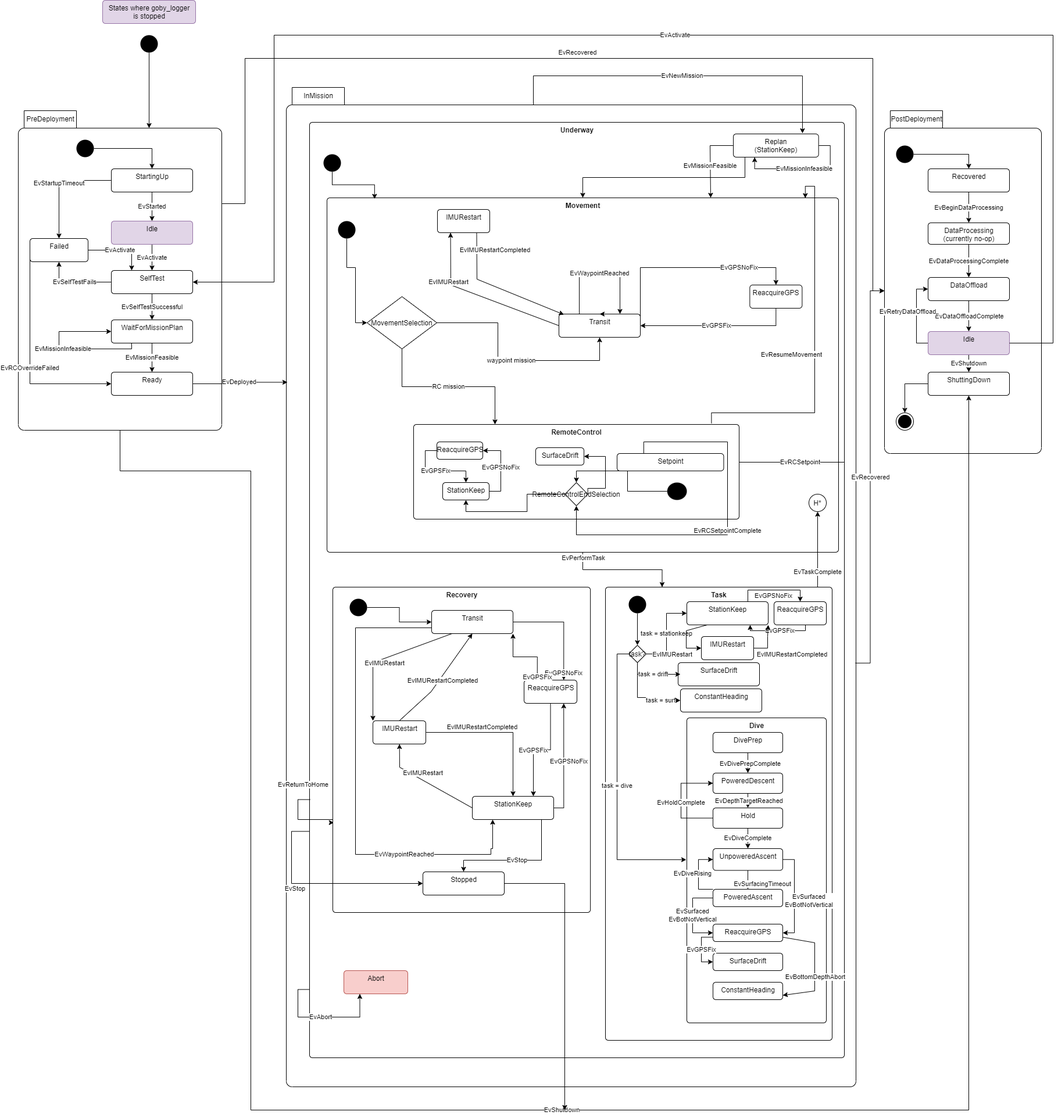
Above: src/doc/figures/mission-states.png in jaiarobotics/jaiabot (draw.io), before the change. Source tidied: cells renumbered, new cells last; positions are measured from the earlier drawing's top-left corner, leaving out a move shared by most shapes.
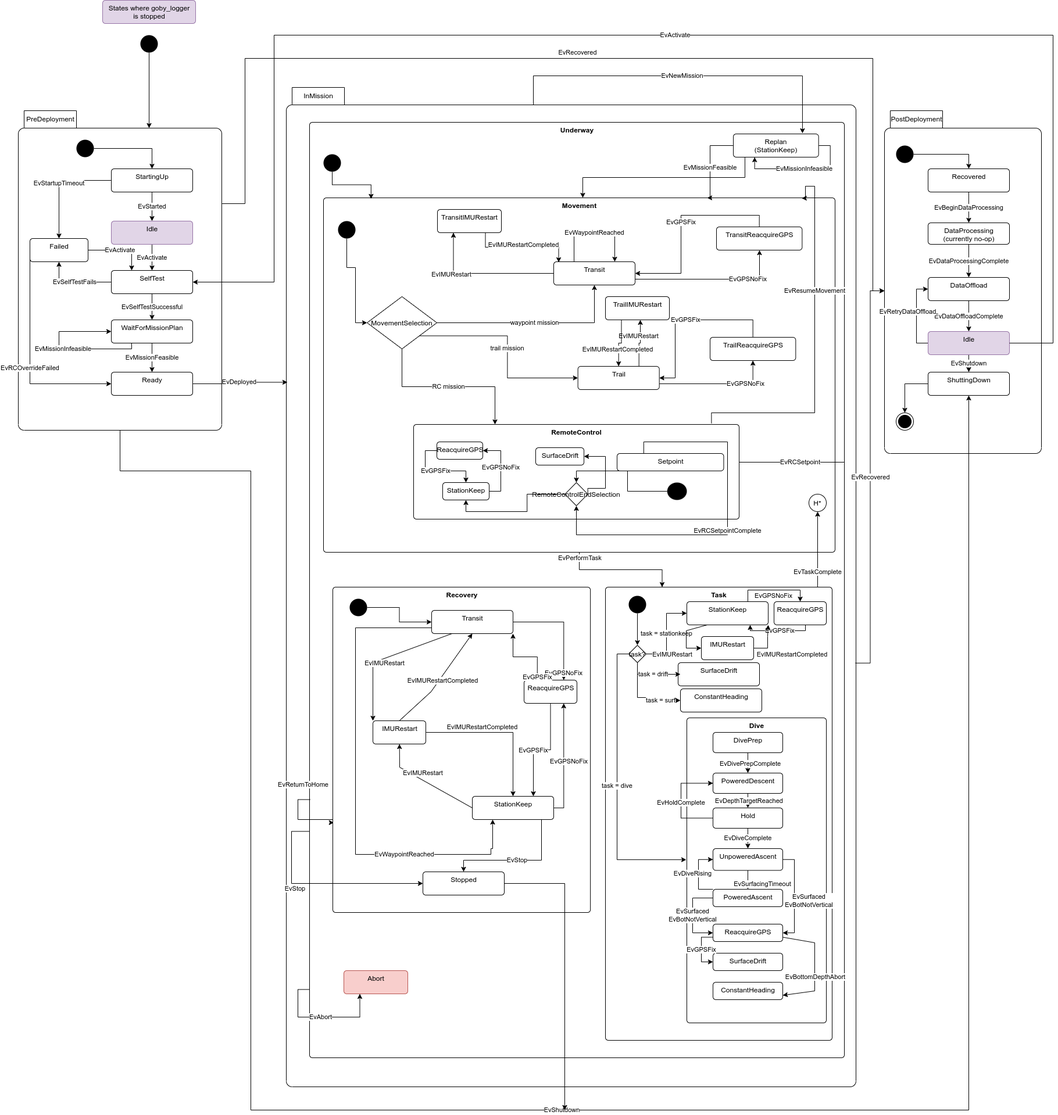
The same file after the commit.

Commit message:
Create TrailIMURestart/TrailReacquireGPS and renamed Movement::IMURestart and Movement::ReacquireGPS to Movement::TransitIMURestart and Movement::TransitReacquireGPS

The edit, as a diff of the source:
```diff
@@ -147,13 +147,13 @@
       </mxGeometry>
     </mxCell>
     <mxCell id="42" value="&lt;b&gt;Movement&lt;/b&gt;" style="html=1;align=center;verticalAlign=top;rounded=1;absoluteArcSize=1;arcSize=10;dashed=0;" parent="38" vertex="1">
-      <mxGeometry x="-160" y="90" width="880" height="610" as="geometry" />
+      <mxGeometry x="-166" y="90" width="880" height="610" as="geometry" />
     </mxCell>
     <mxCell id="43" value="EvPerformTask" style="edgeStyle=orthogonalEdgeStyle;rounded=0;jettySize=auto;html=1;entryX=0.25;entryY=0;entryDx=0;entryDy=0;" parent="38" edge="1" source="42" target="52">
       <mxGeometry x="-0.69" y="20" relative="1" as="geometry" />
     </mxCell>
     <mxCell id="44" value="Transit" style="html=1;align=center;verticalAlign=top;rounded=1;absoluteArcSize=1;arcSize=10;dashed=0;" parent="38" vertex="1">
-      <mxGeometry x="239" y="290" width="140" height="40" as="geometry" />
+      <mxGeometry x="230" y="200" width="140" height="40" as="geometry" />
     </mxCell>
     <mxCell id="45" value="EvTaskComplete" style="edgeStyle=orthogonalEdgeStyle;rounded=0;jettySize=auto;html=1;entryX=0.5;entryY=1;entryDx=0;entryDy=0;exitX=0.5;exitY=0;exitDx=0;exitDy=0;" parent="38" edge="1" source="52" target="50">
       <mxGeometry x="0.31" relative="1" as="geometry">
@@ -409,13 +409,13 @@
     <mxCell id="98" value="EvWaypointReached" style="edgeStyle=orthogonalEdgeStyle;rounded=0;orthogonalLoop=1;jettySize=auto;html=1;entryX=0.75;entryY=0;entryDx=0;entryDy=0;exitX=0.25;exitY=0;exitDx=0;exitDy=0;" parent="38" edge="1" source="44" target="44">
       <mxGeometry relative="1" as="geometry">
         <Array as="points">
-          <mxPoint x="274" y="220" />
-          <mxPoint x="344" y="220" />
+          <mxPoint x="265" y="150" />
+          <mxPoint x="335" y="150" />
         </Array>
       </mxGeometry>
     </mxCell>
     <mxCell id="99" value="EvResumeMovement" style="edgeStyle=orthogonalEdgeStyle;rounded=0;jettySize=auto;html=1;jumpStyle=arc;exitX=0.915;exitY=-0.013;exitDx=0;exitDy=0;exitPerimeter=0;entryX=0.935;entryY=0.001;entryDx=0;entryDy=0;entryPerimeter=0;" parent="38" edge="1" source="130" target="42">
-      <mxGeometry x="-0.05" y="40" relative="1" as="geometry">
+      <mxGeometry x="0.29" relative="1" as="geometry">
         <Array as="points">
           <mxPoint x="501" y="460" />
           <mxPoint x="679" y="460" />
@@ -431,19 +431,25 @@
         </Array>
       </mxGeometry>
     </mxCell>
-    <mxCell id="101" value="ReacquireGPS" style="html=1;align=center;verticalAlign=top;rounded=1;absoluteArcSize=1;arcSize=10;dashed=0;" parent="38" vertex="1">
-      <mxGeometry x="567.3" y="240" width="90" height="40" as="geometry" />
+    <mxCell id="101" value="TransitReacquireGPS" style="html=1;align=center;verticalAlign=top;rounded=1;absoluteArcSize=1;arcSize=10;dashed=0;" parent="38" vertex="1">
+      <mxGeometry x="510" y="140" width="147.3" height="40" as="geometry" />
     </mxCell>
-    <mxCell id="102" value="EvGPSNoFix" style="edgeStyle=orthogonalEdgeStyle;rounded=0;jettySize=auto;html=1;exitX=1;exitY=0.25;exitDx=0;exitDy=0;entryX=0.5;entryY=0;entryDx=0;entryDy=0;" parent="38" edge="1" source="44" target="101">
+    <mxCell id="102" value="EvGPSNoFix" style="edgeStyle=orthogonalEdgeStyle;rounded=0;jettySize=auto;html=1;exitX=1;exitY=0.75;exitDx=0;exitDy=0;" parent="38" edge="1" source="44">
       <mxGeometry x="0.47" relative="1" as="geometry">
+        <mxPoint x="584" y="180" as="targetPoint" />
         <Array as="points">
-          <mxPoint x="379" y="210" />
-          <mxPoint x="612" y="210" />
+          <mxPoint x="584" y="230" />
         </Array>
       </mxGeometry>
     </mxCell>
-    <mxCell id="103" value="EvGPSFix" style="edgeStyle=orthogonalEdgeStyle;rounded=0;jettySize=auto;html=1;entryX=1;entryY=0.5;entryDx=0;entryDy=0;exitX=0.5;exitY=1;exitDx=0;exitDy=0;" parent="38" edge="1" source="101" target="44">
-      <mxGeometry relative="1" as="geometry" />
+    <mxCell id="103" value="EvGPSFix" style="edgeStyle=orthogonalEdgeStyle;rounded=0;jettySize=auto;html=1;entryX=1;entryY=0.5;entryDx=0;entryDy=0;exitX=0.5;exitY=0;exitDx=0;exitDy=0;" parent="38" edge="1" source="101" target="44">
+      <mxGeometry relative="1" as="geometry">
+        <Array as="points">
+          <mxPoint x="584" y="120" />
+          <mxPoint x="449" y="120" />
+          <mxPoint x="449" y="220" />
+        </Array>
+      </mxGeometry>
     </mxCell>
     <mxCell id="104" value="ReacquireGPS" style="html=1;align=center;verticalAlign=top;rounded=1;absoluteArcSize=1;arcSize=10;dashed=0;" parent="38" vertex="1">
       <mxGeometry x="179" y="920" width="91" height="40" as="geometry" />
@@ -464,13 +470,13 @@
     <mxCell id="108" value="EvGPSFix" style="edgeStyle=orthogonalEdgeStyle;rounded=0;jettySize=auto;html=1;exitX=0.5;exitY=1;exitDx=0;exitDy=0;entryX=0.75;entryY=0;entryDx=0;entryDy=0;" parent="38" edge="1" source="104" target="48">
       <mxGeometry x="0.16" relative="1" as="geometry" />
     </mxCell>
-    <mxCell id="109" value="IMURestart" style="html=1;align=center;verticalAlign=top;rounded=1;absoluteArcSize=1;arcSize=10;dashed=0;" parent="38" vertex="1">
-      <mxGeometry x="30" y="110" width="90" height="40" as="geometry" />
+    <mxCell id="109" value="TransitIMURestart" style="html=1;align=center;verticalAlign=top;rounded=1;absoluteArcSize=1;arcSize=10;dashed=0;" parent="38" vertex="1">
+      <mxGeometry x="30" y="110" width="110" height="40" as="geometry" />
     </mxCell>
-    <mxCell id="110" style="endArrow=classic;html=1;rounded=0;entryX=0.25;entryY=1;entryDx=0;entryDy=0;exitX=0;exitY=0.5;exitDx=0;exitDy=0;" parent="38" edge="1" source="44" target="109">
+    <mxCell id="110" style="endArrow=classic;html=1;rounded=0;entryX=0.25;entryY=1;entryDx=0;entryDy=0;exitX=0;exitY=0.5;exitDx=0;exitDy=0;edgeStyle=orthogonalEdgeStyle;" parent="38" edge="1" source="44" target="109">
       <mxGeometry relative="1" as="geometry">
         <Array as="points">
-          <mxPoint x="53" y="240" />
+          <mxPoint x="58" y="220" />
         </Array>
       </mxGeometry>
     </mxCell>
@@ -479,16 +485,12 @@
         <mxPoint x="-6" y="5" as="offset" />
       </mxGeometry>
     </mxCell>
-    <mxCell id="112" style="endArrow=classic;html=1;rounded=0;exitX=0.75;exitY=1;exitDx=0;exitDy=0;entryX=0.061;entryY=0.025;entryDx=0;entryDy=0;entryPerimeter=0;" parent="38" edge="1" source="109" target="44">
-      <mxGeometry relative="1" as="geometry">
-        <Array as="points">
-          <mxPoint x="98" y="230" />
-        </Array>
-      </mxGeometry>
+    <mxCell id="112" style="endArrow=classic;html=1;rounded=0;exitX=0.75;exitY=1;exitDx=0;exitDy=0;entryX=0.061;entryY=0.025;entryDx=0;entryDy=0;entryPerimeter=0;edgeStyle=orthogonalEdgeStyle;" parent="38" edge="1" source="109" target="44">
+      <mxGeometry relative="1" as="geometry" />
     </mxCell>
     <mxCell id="113" value="EvIMURestartCompleted" style="edgeLabel;html=1;align=center;verticalAlign=middle;" parent="112" vertex="1">
       <mxGeometry y="3" relative="1" as="geometry">
-        <mxPoint x="-9" y="-63" as="offset" />
+        <mxPoint x="1" y="-2" as="offset" />
       </mxGeometry>
     </mxCell>
     <mxCell id="114" value="IMURestart" style="html=1;align=center;verticalAlign=top;rounded=1;absoluteArcSize=1;arcSize=10;dashed=0;" parent="38" vertex="1">
@@ -612,12 +614,52 @@
     <mxCell id="137" value="SurfaceDrift" style="html=1;align=center;verticalAlign=top;rounded=1;absoluteArcSize=1;arcSize=10;dashed=0;" parent="129" vertex="1">
       <mxGeometry x="100" y="-20" width="83.1" height="30" as="geometry" />
     </mxCell>
-    <mxCell id="138" style="edgeStyle=orthogonalEdgeStyle;rounded=0;orthogonalLoop=1;jettySize=auto;html=1;exitX=0.75;exitY=0;exitDx=0;exitDy=0;entryX=0.5;entryY=0;entryDx=0;entryDy=0;" parent="38" edge="1" source="44" target="44">
-      <mxGeometry relative="1" as="geometry" />
-    </mxCell>
     <mxCell id="139" style="ellipse;fillColor=#000000;strokeColor=none;" parent="38" vertex="1">
       <mxGeometry x="-141" y="130" width="30" height="30" as="geometry" />
     </mxCell>
+    <mxCell id="162" value="Trail" style="html=1;align=center;verticalAlign=top;rounded=1;absoluteArcSize=1;arcSize=10;dashed=0;" parent="38" vertex="1">
+      <mxGeometry x="271.7" y="380" width="140" height="40" as="geometry" />
+    </mxCell>
+    <mxCell id="163" value="TrailReacquireGPS" style="html=1;align=center;verticalAlign=top;rounded=1;absoluteArcSize=1;arcSize=10;dashed=0;" parent="38" vertex="1">
+      <mxGeometry x="499" y="330" width="147.3" height="40" as="geometry" />
+    </mxCell>
+    <mxCell id="164" value="EvGPSNoFix" style="edgeStyle=orthogonalEdgeStyle;rounded=0;jettySize=auto;html=1;exitX=1;exitY=0.75;exitDx=0;exitDy=0;entryX=0.5;entryY=1;entryDx=0;entryDy=0;" parent="38" edge="1" source="162" target="163">
+      <mxGeometry x="0.47" relative="1" as="geometry">
+        <Array as="points">
+          <mxPoint x="573" y="410" />
+        </Array>
+      </mxGeometry>
+    </mxCell>
+    <mxCell id="165" value="EvGPSFix" style="edgeStyle=orthogonalEdgeStyle;rounded=0;jettySize=auto;html=1;entryX=1;entryY=0.5;entryDx=0;entryDy=0;exitX=0.5;exitY=0;exitDx=0;exitDy=0;" parent="38" edge="1" source="163" target="162">
+      <mxGeometry relative="1" as="geometry">
+        <Array as="points">
+          <mxPoint x="573" y="300" />
+          <mxPoint x="439" y="300" />
+          <mxPoint x="439" y="400" />
+        </Array>
+      </mxGeometry>
+    </mxCell>
+    <mxCell id="166" value="TrailIMURestart" style="html=1;align=center;verticalAlign=top;rounded=1;absoluteArcSize=1;arcSize=10;dashed=0;" parent="38" vertex="1">
+      <mxGeometry x="319" y="260" width="110" height="40" as="geometry" />
+    </mxCell>
+    <mxCell id="167" style="endArrow=classic;html=1;rounded=0;edgeStyle=orthogonalEdgeStyle;exitX=0.75;exitY=0;exitDx=0;exitDy=0;" parent="38" edge="1" source="162">
+      <mxGeometry relative="1" as="geometry">
+        <mxPoint x="379" y="300" as="targetPoint" />
+      </mxGeometry>
+    </mxCell>
+    <mxCell id="168" value="EvIMURestart" style="edgeLabel;html=1;align=center;verticalAlign=middle;" parent="167" vertex="1">
+      <mxGeometry x="0.45" y="-2" relative="1" as="geometry">
+        <mxPoint x="-6" y="5" as="offset" />
+      </mxGeometry>
+    </mxCell>
+    <mxCell id="169" style="endArrow=classic;html=1;rounded=0;exitX=0.25;exitY=1;exitDx=0;exitDy=0;entryX=0.5;entryY=0;entryDx=0;entryDy=0;edgeStyle=orthogonalEdgeStyle;" parent="38" edge="1" source="166" target="162">
+      <mxGeometry relative="1" as="geometry" />
+    </mxCell>
+    <mxCell id="170" value="EvIMURestartCompleted" style="edgeLabel;html=1;align=center;verticalAlign=middle;" parent="169" vertex="1">
+      <mxGeometry y="3" relative="1" as="geometry">
+        <mxPoint x="-5" y="7" as="offset" />
+      </mxGeometry>
+    </mxCell>
     <mxCell id="140" style="edgeStyle=orthogonalEdgeStyle;rounded=0;jettySize=auto;html=1;entryX=0;entryY=0;entryDx=225;entryDy=30;entryPerimeter=0;" parent="1" edge="1" source="141" target="19">
       <mxGeometry relative="1" as="geometry" />
     </mxCell>
@@ -729,5 +771,8 @@
         </Array>
       </mxGeometry>
     </mxCell>
+    <mxCell id="171" value="trail mission" style="edgeStyle=orthogonalEdgeStyle;rounded=0;jettySize=auto;html=1;exitX=1;exitY=1;exitDx=0;exitDy=0;entryX=0;entryY=0.5;entryDx=0;entryDy=0;" parent="1" edge="1" source="158" target="162">
+      <mxGeometry relative="1" as="geometry" />
+    </mxCell>
   </root>
 </mxGraphModel>
```
